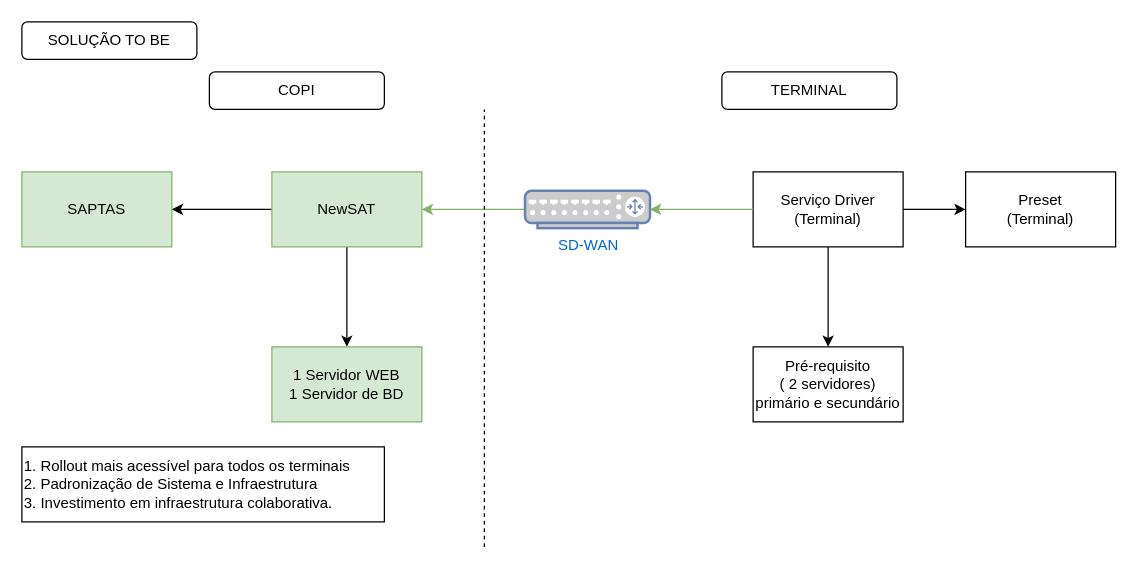
Before: NewSAT Show.drawio in anlugifa/drawio, a draw.io diagram. Source tidied: cells renumbered, new cells numbered last; positions are measured from the earlier drawing's top-left corner, leaving out a move shared by most shapes. Both pictures are drawn from the tidied source at 125%, with x=0, y=0 at pixel (21, 21).
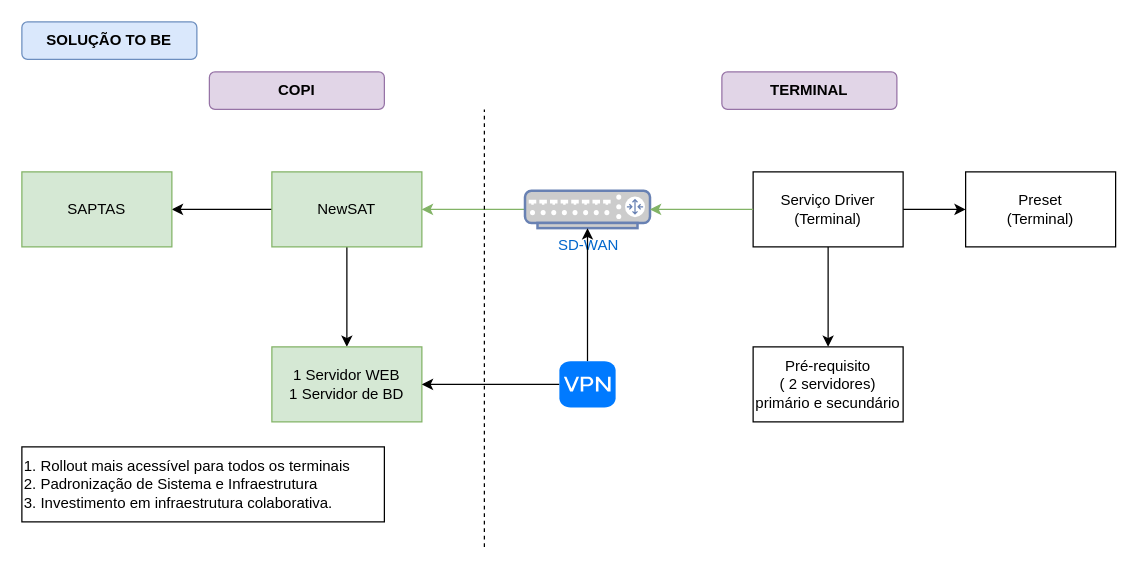
The same diagram, later.

Unchanged cells that the change refers to:
```xml
<mxCell id="6" value="1 Servidor WEB&lt;br&gt;1 Servidor de BD&lt;br&gt;" style="rounded=0;whiteSpace=wrap;html=1;fillColor=#d5e8d4;strokeColor=#82b366;" parent="1" vertex="1">
  <mxGeometry x="200" y="260" width="120" height="60" as="geometry" />
</mxCell>
<mxCell id="16" value="SD-WAN" style="fontColor=#0066CC;verticalAlign=top;verticalLabelPosition=bottom;labelPosition=center;align=center;html=1;outlineConnect=0;fillColor=#CCCCCC;strokeColor=#6881B3;gradientColor=none;gradientDirection=north;strokeWidth=2;shape=mxgraph.networks.router;" parent="1" vertex="1">
  <mxGeometry x="402.5" y="135" width="100" height="30" as="geometry" />
</mxCell>
```

The edit, as a diff of the source:
```diff
@@
-    <mxCell id="13" value="SOLUÇÃO TO BE" style="rounded=1;whiteSpace=wrap;html=1;" parent="1" vertex="1">
+    <mxCell id="13" value="SOLUÇÃO TO BE" style="rounded=1;whiteSpace=wrap;html=1;fillColor=#dae8fc;strokeColor=#6c8ebf;fontStyle=1;" parent="1" vertex="1">
       <mxGeometry width="140" height="30" as="geometry" />
     </mxCell>
@@
-    <mxCell id="18" value="COPI" style="rounded=1;whiteSpace=wrap;html=1;" parent="1" vertex="1">
+    <mxCell id="18" value="COPI" style="rounded=1;whiteSpace=wrap;html=1;fillColor=#e1d5e7;strokeColor=#9673a6;fontStyle=1;" parent="1" vertex="1">
       <mxGeometry x="150" y="40" width="140" height="30" as="geometry" />
     </mxCell>
-    <mxCell id="19" value="TERMINAL" style="rounded=1;whiteSpace=wrap;html=1;" parent="1" vertex="1">
+    <mxCell id="19" value="TERMINAL" style="rounded=1;whiteSpace=wrap;html=1;fillColor=#e1d5e7;strokeColor=#9673a6;fontStyle=1;" parent="1" vertex="1">
       <mxGeometry x="560" y="40" width="140" height="30" as="geometry" />
     </mxCell>
+    <mxCell id="20" style="edgeStyle=orthogonalEdgeStyle;rounded=0;jettySize=auto;html=1;entryX=0.5;entryY=1;entryDx=0;entryDy=0;entryPerimeter=0;" parent="1" edge="1" source="22" target="16">
+      <mxGeometry relative="1" as="geometry" />
+    </mxCell>
+    <mxCell id="21" style="edgeStyle=orthogonalEdgeStyle;rounded=0;jettySize=auto;html=1;entryX=1;entryY=0.5;entryDx=0;entryDy=0;" parent="1" edge="1" source="22" target="6">
+      <mxGeometry relative="1" as="geometry" />
+    </mxCell>
+    <mxCell id="22" style="html=1;strokeWidth=1;shadow=0;dashed=0;shape=mxgraph.ios7.misc.vpn;fillColor=#007AFF;strokeColor=none;buttonText=;strokeColor2=#222222;fontColor=#222222;fontSize=8;verticalLabelPosition=bottom;verticalAlign=top;align=center;" parent="1" vertex="1">
+      <mxGeometry x="430" y="271.5" width="45" height="37" as="geometry" />
+    </mxCell>
```
